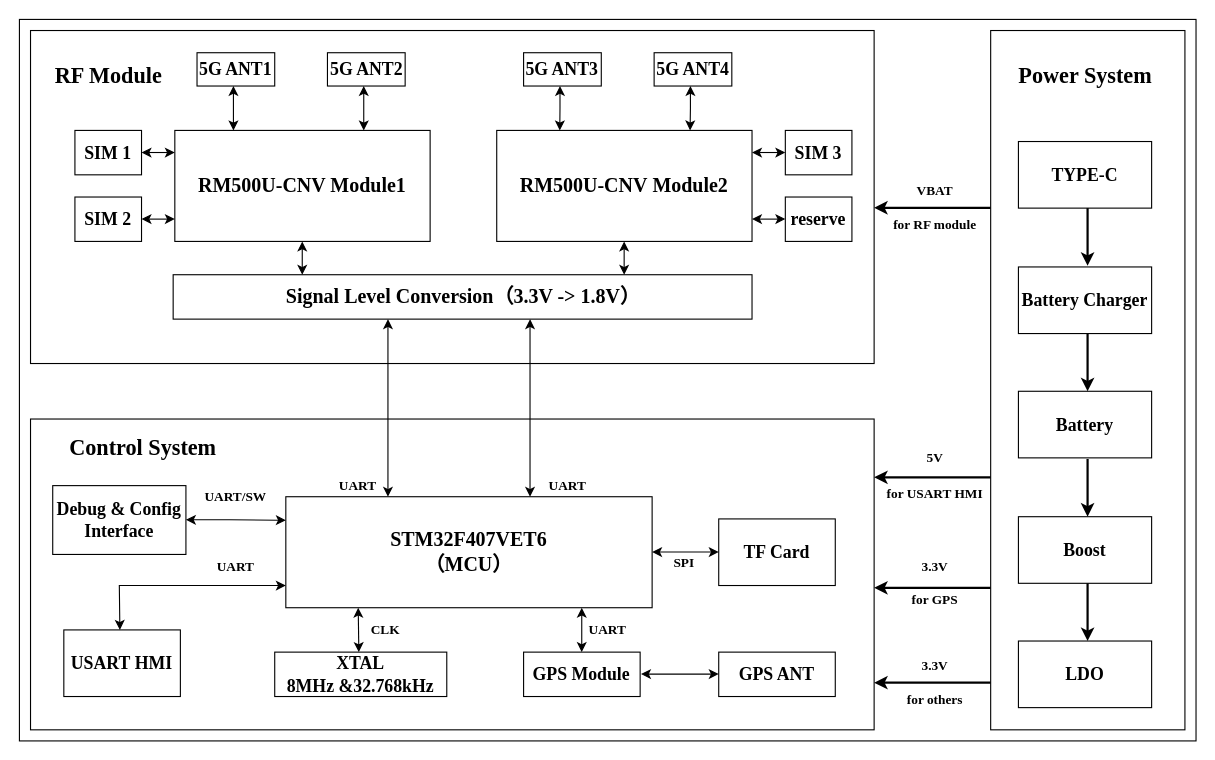
Before: ICCC_block_V2.0.drawio in zeandon/draw.io, a draw.io diagram. Source tidied: cells renumbered, new cells numbered last; positions are measured from the earlier drawing's top-left corner, leaving out a move shared by most shapes. Both pictures are drawn from the tidied source at 111%, with x=0, y=0 at pixel (19, 19).
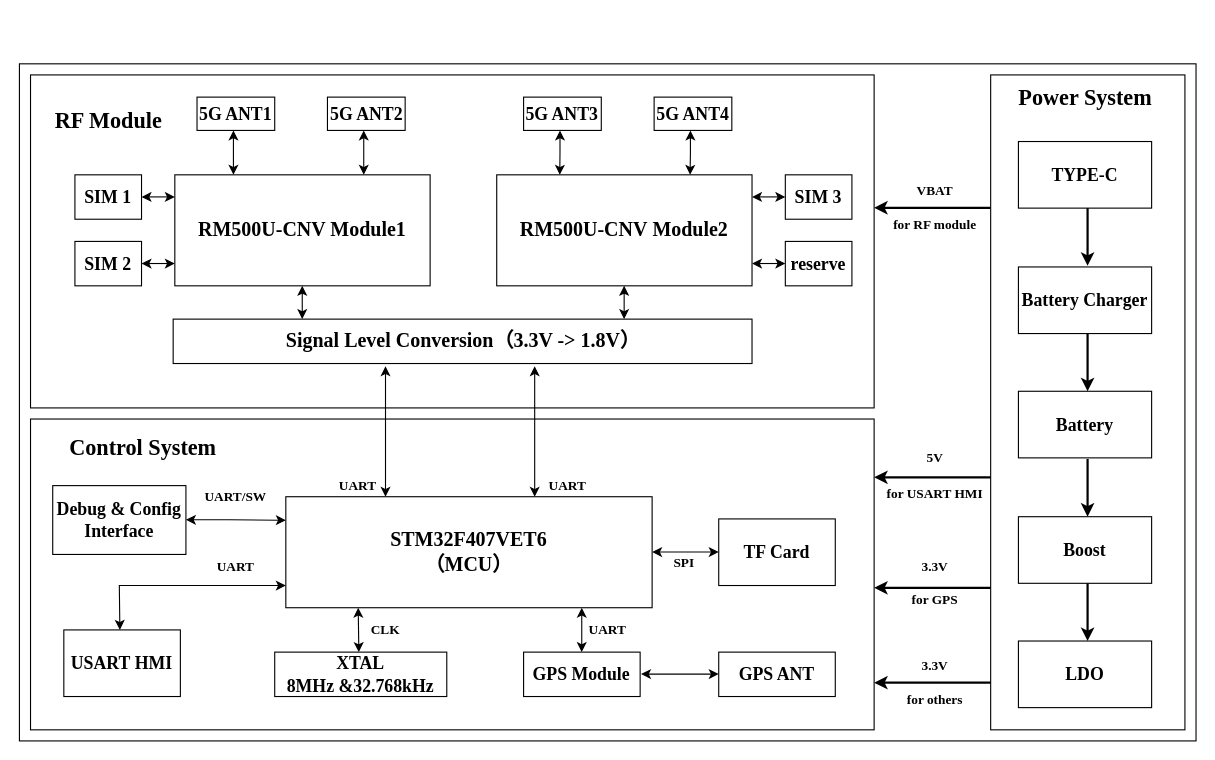
Above is the later version.

Diff of the diagram source:
```diff
@@
     <mxCell id="2" style="rounded=0;whiteSpace=wrap;html=1;fontFamily=Times New Roman;" parent="1" vertex="1">
-      <mxGeometry width="1060" height="650" as="geometry" />
+      <mxGeometry y="40" width="1060" height="610" as="geometry" />
     </mxCell>
     <mxCell id="3" style="rounded=0;whiteSpace=wrap;html=1;fontFamily=Times New Roman;" parent="1" vertex="1">
-      <mxGeometry x="875" y="10" width="175" height="630" as="geometry" />
+      <mxGeometry x="875" y="50" width="175" height="590" as="geometry" />
     </mxCell>
     <mxCell id="4" style="rounded=0;whiteSpace=wrap;html=1;fontFamily=Times New Roman;" parent="1" vertex="1">
-      <mxGeometry x="10" y="10" width="760" height="300" as="geometry" />
+      <mxGeometry x="10" y="50" width="760" height="300" as="geometry" />
     </mxCell>
@@
     <mxCell id="7" value="&lt;span&gt;RF Module&lt;/span&gt;" style="text;strokeColor=none;fillColor=none;html=1;fontSize=20;fontStyle=1;verticalAlign=middle;align=center;fontFamily=Times New Roman;" parent="1" vertex="1">
-      <mxGeometry x="30" y="30" width="100" height="40" as="geometry" />
+      <mxGeometry x="30" y="70" width="100" height="40" as="geometry" />
     </mxCell>
     <mxCell id="8" value="RM500U-CNV Module1" style="rounded=0;whiteSpace=wrap;html=1;fontStyle=1;fontFamily=Times New Roman;fontSize=18;" parent="1" vertex="1">
-      <mxGeometry x="140" y="100" width="230" height="100" as="geometry" />
+      <mxGeometry x="140" y="140" width="230" height="100" as="geometry" />
     </mxCell>
     <mxCell id="9" value="RM500U-CNV&amp;nbsp;Module2" style="rounded=0;whiteSpace=wrap;html=1;fontStyle=1;fontFamily=Times New Roman;fontSize=18;" parent="1" vertex="1">
-      <mxGeometry x="430" y="100" width="230" height="100" as="geometry" />
+      <mxGeometry x="430" y="140" width="230" height="100" as="geometry" />
     </mxCell>
@@
     <mxCell id="12" value="5G ANT2" style="rounded=0;whiteSpace=wrap;html=1;fontStyle=1;fontFamily=Times New Roman;fontSize=16;" parent="1" vertex="1">
-      <mxGeometry x="277.5" y="30" width="70" height="30" as="geometry" />
+      <mxGeometry x="277.5" y="70" width="70" height="30" as="geometry" />
     </mxCell>
     <mxCell id="13" value="5G ANT1" style="rounded=0;whiteSpace=wrap;html=1;fontStyle=1;fontFamily=Times New Roman;fontSize=16;" parent="1" vertex="1">
-      <mxGeometry x="160" y="30" width="70" height="30" as="geometry" />
+      <mxGeometry x="160" y="70" width="70" height="30" as="geometry" />
     </mxCell>
     <mxCell id="14" value="5G ANT3" style="rounded=0;whiteSpace=wrap;html=1;fontStyle=1;fontFamily=Times New Roman;fontSize=16;" parent="1" vertex="1">
-      <mxGeometry x="454.2" y="30" width="70" height="30" as="geometry" />
+      <mxGeometry x="454.2" y="70" width="70" height="30" as="geometry" />
     </mxCell>
     <mxCell id="15" value="5G ANT4" style="rounded=0;whiteSpace=wrap;html=1;fontStyle=1;fontFamily=Times New Roman;fontSize=16;" parent="1" vertex="1">
-      <mxGeometry x="571.8" y="30" width="70" height="30" as="geometry" />
+      <mxGeometry x="571.8" y="70" width="70" height="30" as="geometry" />
     </mxCell>
@@
     <mxCell id="25" value="SIM 1" style="rounded=0;whiteSpace=wrap;html=1;fontStyle=1;fontFamily=Times New Roman;fontSize=16;" parent="1" vertex="1">
-      <mxGeometry x="50" y="100" width="60" height="40" as="geometry" />
+      <mxGeometry x="50" y="140" width="60" height="40" as="geometry" />
     </mxCell>
     <mxCell id="26" value="SIM 2" style="rounded=0;whiteSpace=wrap;html=1;fontStyle=1;fontFamily=Times New Roman;fontSize=16;" parent="1" vertex="1">
-      <mxGeometry x="50" y="160" width="60" height="40" as="geometry" />
+      <mxGeometry x="50" y="200" width="60" height="40" as="geometry" />
     </mxCell>
     <mxCell id="27" value="SIM 3" style="rounded=0;whiteSpace=wrap;html=1;fontStyle=1;fontFamily=Times New Roman;fontSize=16;" parent="1" vertex="1">
-      <mxGeometry x="690" y="100" width="60" height="40" as="geometry" />
+      <mxGeometry x="690" y="140" width="60" height="40" as="geometry" />
     </mxCell>
     <mxCell id="28" value="Signal Level Conversion（3.3V -&amp;gt; 1.8V）" style="rounded=0;whiteSpace=wrap;html=1;fontStyle=1;fontFamily=Times New Roman;fontSize=18;" parent="1" vertex="1">
-      <mxGeometry x="138.5" y="230" width="521.5" height="40" as="geometry" />
+      <mxGeometry x="138.5" y="270" width="521.5" height="40" as="geometry" />
     </mxCell>
@@
     <mxCell id="30" style="endArrow=classic;startArrow=classic;html=1;rounded=0;fontFamily=Times New Roman;" parent="1" edge="1">
       <mxGeometry relative="1" as="geometry">
-        <mxPoint x="110" y="179.9" as="sourcePoint" />
-        <mxPoint x="140" y="179.9" as="targetPoint" />
+        <mxPoint x="110" y="219.9" as="sourcePoint" />
+        <mxPoint x="140" y="219.9" as="targetPoint" />
       </mxGeometry>
     </mxCell>
     <mxCell id="31" style="endArrow=classic;startArrow=classic;html=1;rounded=0;fontFamily=Times New Roman;" parent="1" edge="1">
       <mxGeometry relative="1" as="geometry">
-        <mxPoint x="110" y="119.9" as="sourcePoint" />
-        <mxPoint x="140" y="119.9" as="targetPoint" />
+        <mxPoint x="110" y="159.9" as="sourcePoint" />
+        <mxPoint x="140" y="159.9" as="targetPoint" />
       </mxGeometry>
     </mxCell>
     <mxCell id="32" style="endArrow=classic;startArrow=classic;html=1;rounded=0;fontFamily=Times New Roman;" parent="1" edge="1">
       <mxGeometry relative="1" as="geometry">
-        <mxPoint x="660" y="119.9" as="sourcePoint" />
-        <mxPoint x="690" y="119.9" as="targetPoint" />
+        <mxPoint x="660" y="159.9" as="sourcePoint" />
+        <mxPoint x="690" y="159.9" as="targetPoint" />
       </mxGeometry>
     </mxCell>
     <mxCell id="33" style="endArrow=classic;startArrow=classic;html=1;rounded=0;fontFamily=Times New Roman;" parent="1" edge="1">
       <mxGeometry relative="1" as="geometry">
-        <mxPoint x="254.8" y="230" as="sourcePoint" />
-        <mxPoint x="254.8" y="200" as="targetPoint" />
+        <mxPoint x="254.8" y="270" as="sourcePoint" />
+        <mxPoint x="254.8" y="240" as="targetPoint" />
       </mxGeometry>
     </mxCell>
     <mxCell id="34" style="endArrow=classic;startArrow=classic;html=1;rounded=0;fontFamily=Times New Roman;" parent="1" edge="1">
       <mxGeometry relative="1" as="geometry">
-        <mxPoint x="544.8" y="230" as="sourcePoint" />
-        <mxPoint x="544.8" y="200" as="targetPoint" />
+        <mxPoint x="544.8" y="270" as="sourcePoint" />
+        <mxPoint x="544.8" y="240" as="targetPoint" />
       </mxGeometry>
     </mxCell>
     <mxCell id="35" value="&lt;font&gt;Power System&lt;/font&gt;" style="text;strokeColor=none;fillColor=none;html=1;fontSize=20;fontStyle=1;verticalAlign=middle;align=center;fontFamily=Times New Roman;" parent="1" vertex="1">
-      <mxGeometry x="895" y="30" width="130" height="40" as="geometry" />
+      <mxGeometry x="895" y="50" width="130" height="40" as="geometry" />
     </mxCell>
     <mxCell id="36" style="endArrow=classic;startArrow=classic;html=1;rounded=0;exitX=0.5;exitY=0;exitDx=0;exitDy=0;entryX=0.958;entryY=0.995;entryDx=0;entryDy=0;entryPerimeter=0;fontFamily=Times New Roman;" parent="1" edge="1">
       <mxGeometry relative="1" as="geometry">
-        <mxPoint x="310.2" y="100" as="sourcePoint" />
-        <mxPoint x="310.2" y="60" as="targetPoint" />
+        <mxPoint x="310.2" y="140" as="sourcePoint" />
+        <mxPoint x="310.2" y="100" as="targetPoint" />
         <Array as="points">
-          <mxPoint x="310.2" y="80" />
-          <mxPoint x="310.2" y="70" />
+          <mxPoint x="310.2" y="120" />
+          <mxPoint x="310.2" y="110" />
         </Array>
       </mxGeometry>
     </mxCell>
     <mxCell id="37" style="endArrow=classic;startArrow=classic;html=1;rounded=0;exitX=0.5;exitY=0;exitDx=0;exitDy=0;entryX=0.958;entryY=0.995;entryDx=0;entryDy=0;entryPerimeter=0;fontFamily=Times New Roman;" parent="1" edge="1">
       <mxGeometry relative="1" as="geometry">
-        <mxPoint x="192.8" y="100" as="sourcePoint" />
-        <mxPoint x="192.8" y="60" as="targetPoint" />
+        <mxPoint x="192.8" y="140" as="sourcePoint" />
+        <mxPoint x="192.8" y="100" as="targetPoint" />
         <Array as="points">
-          <mxPoint x="192.8" y="80" />
-          <mxPoint x="192.8" y="70" />
+          <mxPoint x="192.8" y="120" />
+          <mxPoint x="192.8" y="110" />
         </Array>
       </mxGeometry>
     </mxCell>
     <mxCell id="38" style="endArrow=classic;startArrow=classic;html=1;rounded=0;exitX=0.5;exitY=0;exitDx=0;exitDy=0;entryX=0.958;entryY=0.995;entryDx=0;entryDy=0;entryPerimeter=0;fontFamily=Times New Roman;" parent="1" edge="1">
       <mxGeometry relative="1" as="geometry">
-        <mxPoint x="486.8" y="100" as="sourcePoint" />
-        <mxPoint x="487" y="60" as="targetPoint" />
+        <mxPoint x="486.8" y="140" as="sourcePoint" />
+        <mxPoint x="487" y="100" as="targetPoint" />
         <Array as="points">
-          <mxPoint x="487" y="80" />
-          <mxPoint x="487" y="70" />
+          <mxPoint x="487" y="120" />
+          <mxPoint x="487" y="110" />
         </Array>
       </mxGeometry>
     </mxCell>
     <mxCell id="39" style="endArrow=classic;startArrow=classic;html=1;rounded=0;exitX=0.5;exitY=0;exitDx=0;exitDy=0;entryX=0.958;entryY=0.995;entryDx=0;entryDy=0;entryPerimeter=0;fontFamily=Times New Roman;" parent="1" edge="1">
       <mxGeometry relative="1" as="geometry">
-        <mxPoint x="604.2" y="100" as="sourcePoint" />
-        <mxPoint x="604.5" y="60" as="targetPoint" />
+        <mxPoint x="604.2" y="140" as="sourcePoint" />
+        <mxPoint x="604.5" y="100" as="targetPoint" />
         <Array as="points">
-          <mxPoint x="604.5" y="80" />
-          <mxPoint x="604.5" y="70" />
+          <mxPoint x="604.5" y="120" />
+          <mxPoint x="604.5" y="110" />
         </Array>
       </mxGeometry>
     </mxCell>
@@
     <mxCell id="59" value="reserve" style="rounded=0;whiteSpace=wrap;html=1;fontStyle=1;fontFamily=Times New Roman;fontSize=16;" parent="1" vertex="1">
-      <mxGeometry x="690" y="160" width="60" height="40" as="geometry" />
+      <mxGeometry x="690" y="200" width="60" height="40" as="geometry" />
     </mxCell>
     <mxCell id="60" style="endArrow=classic;startArrow=classic;html=1;rounded=0;fontFamily=Times New Roman;" parent="1" edge="1">
       <mxGeometry relative="1" as="geometry">
-        <mxPoint x="660" y="179.9" as="sourcePoint" />
-        <mxPoint x="690" y="179.9" as="targetPoint" />
+        <mxPoint x="660" y="219.9" as="sourcePoint" />
+        <mxPoint x="690" y="219.9" as="targetPoint" />
       </mxGeometry>
     </mxCell>
@@
     <mxCell id="70" style="endArrow=classic;startArrow=classic;html=1;rounded=0;fontFamily=Times New Roman;" parent="1" edge="1">
       <mxGeometry relative="1" as="geometry">
-        <mxPoint x="332" y="430" as="sourcePoint" />
-        <mxPoint x="332" y="270" as="targetPoint" />
+        <mxPoint x="329.8" y="430" as="sourcePoint" />
+        <mxPoint x="329.8" y="312.5" as="targetPoint" />
         <Array as="points">
-          <mxPoint x="332" y="360" />
-          <mxPoint x="332" y="330" />
+          <mxPoint x="329.8" y="360" />
+          <mxPoint x="329.8" y="330" />
         </Array>
       </mxGeometry>
     </mxCell>
-    <mxCell id="71" style="endArrow=classic;startArrow=classic;html=1;rounded=0;fontFamily=Times New Roman;" parent="1" edge="1">
-      <mxGeometry relative="1" as="geometry">
-        <mxPoint x="460" y="430" as="sourcePoint" />
-        <mxPoint x="460" y="270" as="targetPoint" />
-        <Array as="points">
-          <mxPoint x="460" y="360" />
-          <mxPoint x="460" y="330" />
-        </Array>
-      </mxGeometry>
-    </mxCell>
@@
+    <mxCell id="73" style="endArrow=classic;startArrow=classic;html=1;rounded=0;fontFamily=Times New Roman;" parent="1" edge="1">
+      <mxGeometry relative="1" as="geometry">
+        <mxPoint x="464.2" y="430" as="sourcePoint" />
+        <mxPoint x="464.2" y="312.5" as="targetPoint" />
+        <Array as="points">
+          <mxPoint x="464.2" y="360" />
+          <mxPoint x="464.2" y="330" />
+        </Array>
+      </mxGeometry>
+    </mxCell>
```
